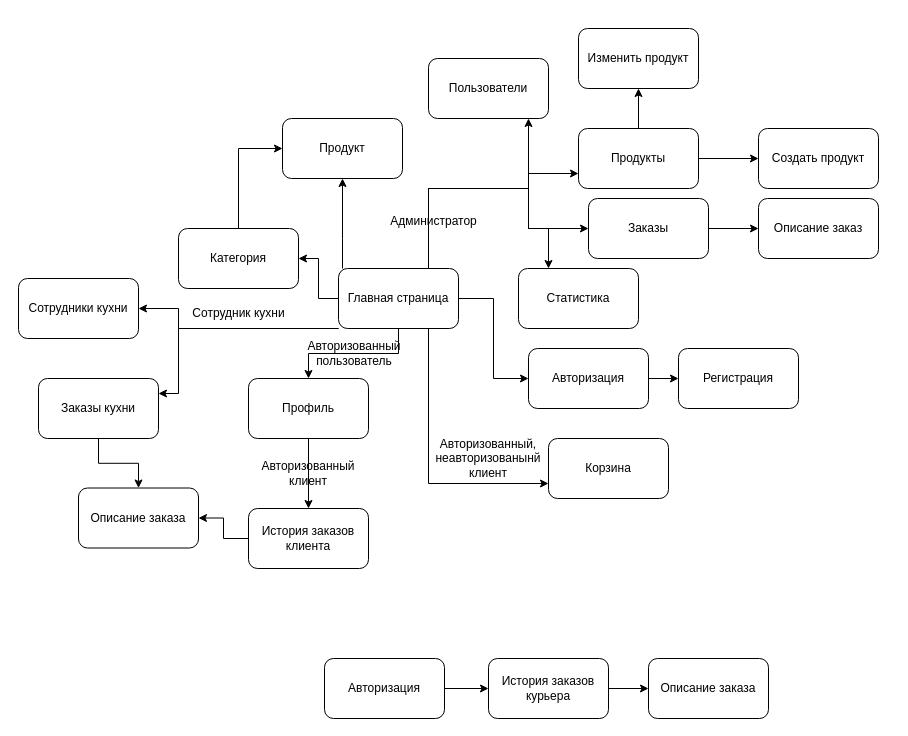
Earlier version of the draw.io diagram Пояснительная записка/Диаграммы/Карта_навигации_между_страницами.drawio (VladimirNone/DeliveryServices). Source tidied: cells renumbered, new cells numbered last; positions are measured from the earlier drawing's top-left corner, leaving out a move shared by most shapes. Both pictures are drawn from the tidied source at 100%, with x=0, y=0 at pixel (18, 28).
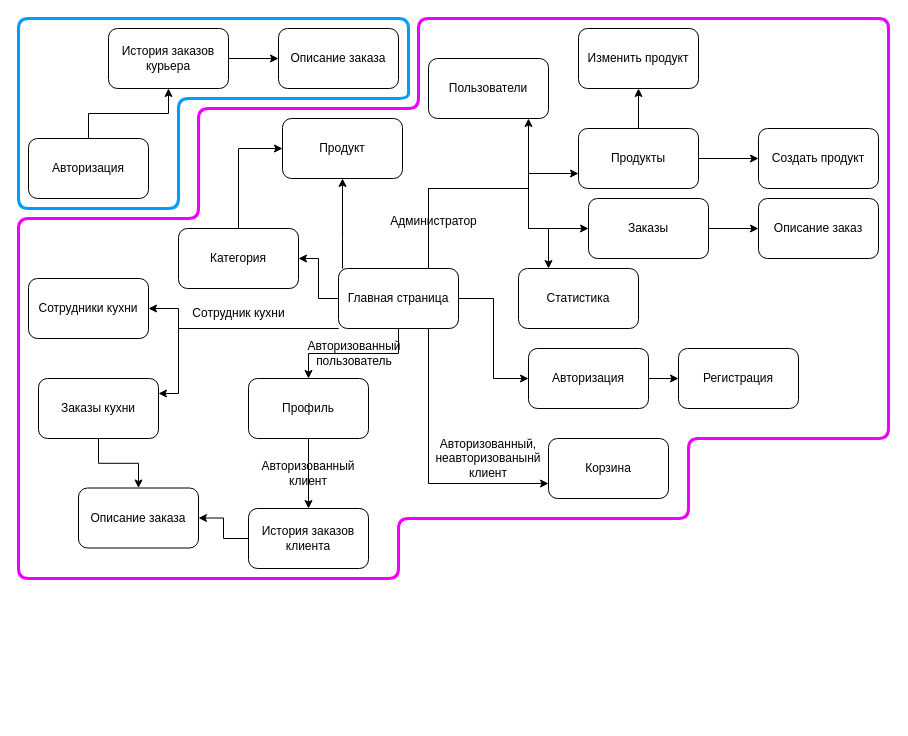
After the change.

Change to the diagram source:
```diff
@@
     <mxCell id="39" value="Сотрудники кухни" style="rounded=1;whiteSpace=wrap;html=1;" parent="1" vertex="1">
-      <mxGeometry y="250" width="120" height="60" as="geometry" />
+      <mxGeometry x="10" y="250" width="120" height="60" as="geometry" />
     </mxCell>
@@
     <mxCell id="44" value="Авторизация" style="rounded=1;whiteSpace=wrap;html=1;" parent="1" vertex="1">
-      <mxGeometry x="306" y="630" width="120" height="60" as="geometry" />
+      <mxGeometry x="10" y="110" width="120" height="60" as="geometry" />
     </mxCell>
@@
     <mxCell id="46" value="История заказов курьера" style="rounded=1;whiteSpace=wrap;html=1;" parent="1" vertex="1">
-      <mxGeometry x="470" y="630" width="120" height="60" as="geometry" />
+      <mxGeometry x="90" width="120" height="60" as="geometry" />
     </mxCell>
     <mxCell id="47" value="Описание заказа" style="rounded=1;whiteSpace=wrap;html=1;" parent="1" vertex="1">
-      <mxGeometry x="630" y="630" width="120" height="60" as="geometry" />
+      <mxGeometry x="260" width="120" height="60" as="geometry" />
     </mxCell>
@@
+    <mxCell id="49" style="endArrow=none;html=1;rounded=1;strokeColor=#009dff;strokeWidth=3;" parent="1" edge="1">
+      <mxGeometry relative="1" as="geometry">
+        <mxPoint x="390" y="60" as="sourcePoint" />
+        <mxPoint x="390" y="60" as="targetPoint" />
+        <Array as="points">
+          <mxPoint x="390" y="70" />
+          <mxPoint x="160" y="70" />
+          <mxPoint x="160" y="180" />
+          <mxPoint y="180" />
+          <mxPoint y="-10" />
+          <mxPoint x="390" y="-10" />
+        </Array>
+      </mxGeometry>
+    </mxCell>
+    <mxCell id="50" style="endArrow=none;html=1;rounded=1;strokeColor=#ee00ff;strokeWidth=3;" parent="1" edge="1">
+      <mxGeometry relative="1" as="geometry">
+        <mxPoint x="870" y="40" as="sourcePoint" />
+        <mxPoint x="870" y="40" as="targetPoint" />
+        <Array as="points">
+          <mxPoint x="870" y="410" />
+          <mxPoint x="670" y="410" />
+          <mxPoint x="670" y="490" />
+          <mxPoint x="380" y="490" />
+          <mxPoint x="380" y="550" />
+          <mxPoint y="550" />
+          <mxPoint y="190" />
+          <mxPoint x="180" y="190" />
+          <mxPoint x="180" y="80" />
+          <mxPoint x="400" y="80" />
+          <mxPoint x="400" y="-10" />
+          <mxPoint x="870" y="-10" />
+        </Array>
+      </mxGeometry>
+    </mxCell>
```
